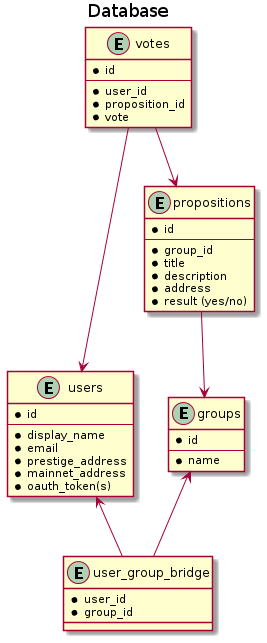
This is docs/Diagrams/out/Database/database.png from adhurjaty/prediction-app, a PlantUML export, as it was before one commit.
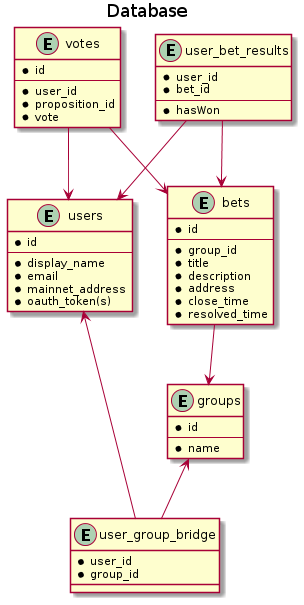
The same file after the commit.

Commit message:
updates database diagram

The edit, as a diff of the source:
```diff
@@ -7,7 +7,6 @@
     ---
     * display_name
     * email
-    * prestige_address
     * mainnet_address
     * oauth_token(s)
 }
@@ -23,14 +22,15 @@
     * group_id
 }
 
-entity propositions {
+entity bets {
     * id
     ---
     * group_id
     * title
     * description
     * address
-    * result (yes/no)
+    * close_time
+    * resolved_time
 }
 
 entity votes {
@@ -41,10 +41,19 @@
     * vote
 }
 
+entity user_bet_results {
+    * user_id
+    * bet_id
+    ---
+    * hasWon
+}
+
 users <-- user_group_bridge
 groups <-- user_group_bridge
-propositions --> groups
+bets --> groups
 votes --> users
-votes --> propositions
+votes --> bets
+user_bet_results --> users
+user_bet_results --> bets
 
 @enduml
```
